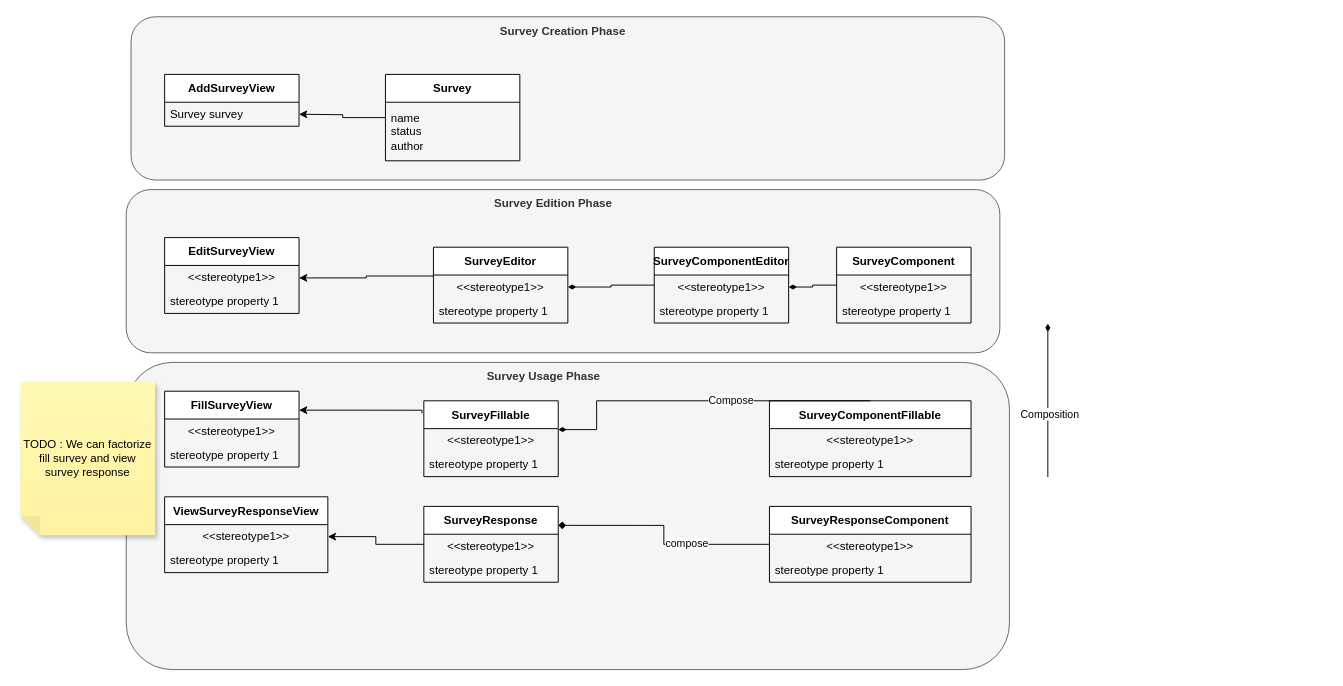
Above: page "Architecture composants UI" (4 of 4) of docs/leozan_architecture.drawio in nmalservet/leozanproject (draw.io), before the change. Source tidied: cells renumbered, new cells numbered last; positions are measured from the earlier drawing's top-left corner, leaving out a move shared by most shapes. Both pictures are drawn from the tidied source at 96%, with x=0, y=0 at pixel (20, 16).
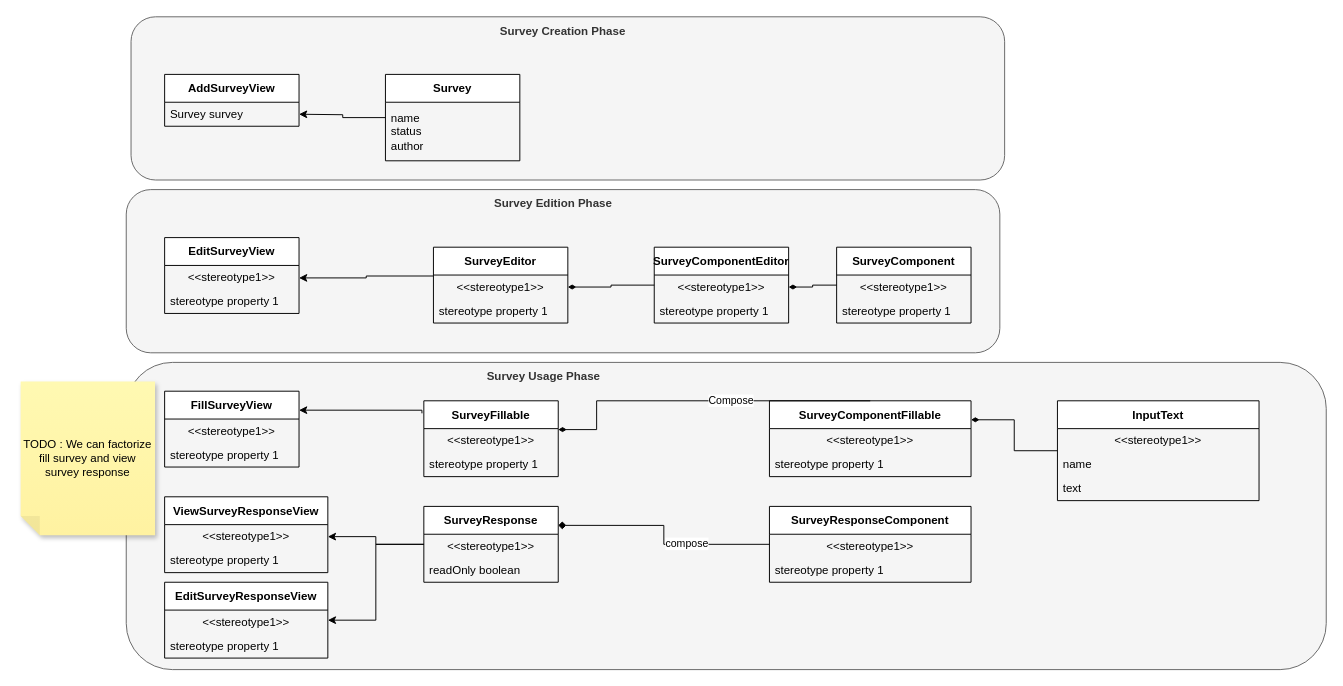
Above is the later version.

Unchanged cells that the change refers to:
```xml
<mxCell id="5" value="SurveyComponentFillable" style="swimlane;fontStyle=1;align=center;verticalAlign=middle;horizontal=1;startSize=29;html=1;whiteSpace=wrap;" parent="1" vertex="1">
  <mxGeometry x="780" y="400" width="210" height="79" as="geometry" />
</mxCell>
<mxCell id="46" value="SurveyResponse" style="swimlane;fontStyle=1;align=center;verticalAlign=middle;horizontal=1;startSize=29;html=1;whiteSpace=wrap;" parent="1" vertex="1">
  <mxGeometry x="420" y="510" width="140" height="79" as="geometry" />
</mxCell>
```

Diff of the diagram source:
```diff
@@
     <mxCell id="3" style="rounded=1;whiteSpace=wrap;html=1;fillColor=#f5f5f5;strokeColor=#666666;fontColor=#333333;" parent="1" vertex="1">
-      <mxGeometry x="110" y="360" width="920" height="320" as="geometry" />
+      <mxGeometry x="110" y="360" width="1250" height="320" as="geometry" />
     </mxCell>
@@
-    <mxCell id="14" style="edgeStyle=orthogonalEdgeStyle;rounded=0;orthogonalLoop=1;jettySize=auto;html=1;endArrow=diamondThin;endFill=1;" parent="1" edge="1">
-      <mxGeometry relative="1" as="geometry">
-        <mxPoint x="1070" y="479.5" as="sourcePoint" />
-        <mxPoint x="1070" y="319.5" as="targetPoint" />
-        <Array as="points">
-          <mxPoint x="1070" y="400.5" />
-          <mxPoint x="1070" y="319.5" />
-        </Array>
-      </mxGeometry>
-    </mxCell>
-    <mxCell id="15" value="Composition" style="edgeLabel;html=1;align=center;verticalAlign=middle;" parent="14" vertex="1">
-      <mxGeometry x="-0.18" y="-1" relative="1" as="geometry" />
-    </mxCell>
@@
+    <mxCell id="55" style="edgeStyle=orthogonalEdgeStyle;rounded=0;jettySize=auto;html=1;" parent="1" edge="1" source="46" target="61">
+      <mxGeometry relative="1" as="geometry" />
+    </mxCell>
@@
-    <mxCell id="48" value="stereotype property 1" style="text;html=1;strokeColor=none;fillColor=none;align=left;verticalAlign=middle;spacingLeft=4;spacingRight=4;overflow=hidden;whiteSpace=wrap;" parent="46" vertex="1">
+    <mxCell id="48" value="readOnly boolean" style="text;html=1;strokeColor=none;fillColor=none;align=left;verticalAlign=middle;spacingLeft=4;spacingRight=4;overflow=hidden;whiteSpace=wrap;" parent="46" vertex="1">
       <mxGeometry y="54" width="140" height="25" as="geometry" />
     </mxCell>
@@
+    <mxCell id="56" style="edgeStyle=orthogonalEdgeStyle;rounded=0;jettySize=auto;html=1;entryX=1;entryY=0.25;entryDx=0;entryDy=0;endArrow=diamondThin;endFill=1;" parent="1" edge="1" source="57" target="5">
+      <mxGeometry relative="1" as="geometry" />
+    </mxCell>
+    <mxCell id="57" value="InputText" style="swimlane;fontStyle=1;align=center;verticalAlign=middle;horizontal=1;startSize=29;html=1;whiteSpace=wrap;" parent="1" vertex="1">
+      <mxGeometry x="1080" y="400" width="210" height="104" as="geometry" />
+    </mxCell>
+    <mxCell id="58" value="&amp;lt;&amp;lt;stereotype1&amp;gt;&amp;gt;" style="text;html=1;strokeColor=none;fillColor=none;align=center;verticalAlign=middle;spacingLeft=4;spacingRight=4;overflow=hidden;whiteSpace=wrap;" parent="57" vertex="1">
+      <mxGeometry y="29" width="210" height="25" as="geometry" />
+    </mxCell>
+    <mxCell id="59" value="name" style="text;html=1;strokeColor=none;fillColor=none;align=left;verticalAlign=middle;spacingLeft=4;spacingRight=4;overflow=hidden;whiteSpace=wrap;" parent="57" vertex="1">
+      <mxGeometry y="54" width="210" height="25" as="geometry" />
+    </mxCell>
+    <mxCell id="60" value="text" style="text;html=1;strokeColor=none;fillColor=none;align=left;verticalAlign=middle;spacingLeft=4;spacingRight=4;overflow=hidden;whiteSpace=wrap;" parent="57" vertex="1">
+      <mxGeometry y="79" width="210" height="25" as="geometry" />
+    </mxCell>
+    <mxCell id="61" value="EditSurveyResponseView" style="swimlane;fontStyle=1;align=center;verticalAlign=middle;horizontal=1;startSize=29;html=1;whiteSpace=wrap;" parent="1" vertex="1">
+      <mxGeometry x="150" y="589" width="170" height="79" as="geometry" />
+    </mxCell>
+    <mxCell id="62" value="&amp;lt;&amp;lt;stereotype1&amp;gt;&amp;gt;" style="text;html=1;strokeColor=none;fillColor=none;align=center;verticalAlign=middle;spacingLeft=4;spacingRight=4;overflow=hidden;whiteSpace=wrap;" parent="61" vertex="1">
+      <mxGeometry y="29" width="170" height="25" as="geometry" />
+    </mxCell>
+    <mxCell id="63" value="stereotype property 1" style="text;html=1;strokeColor=none;fillColor=none;align=left;verticalAlign=middle;spacingLeft=4;spacingRight=4;overflow=hidden;whiteSpace=wrap;" parent="61" vertex="1">
+      <mxGeometry y="54" width="170" height="25" as="geometry" />
+    </mxCell>
```
